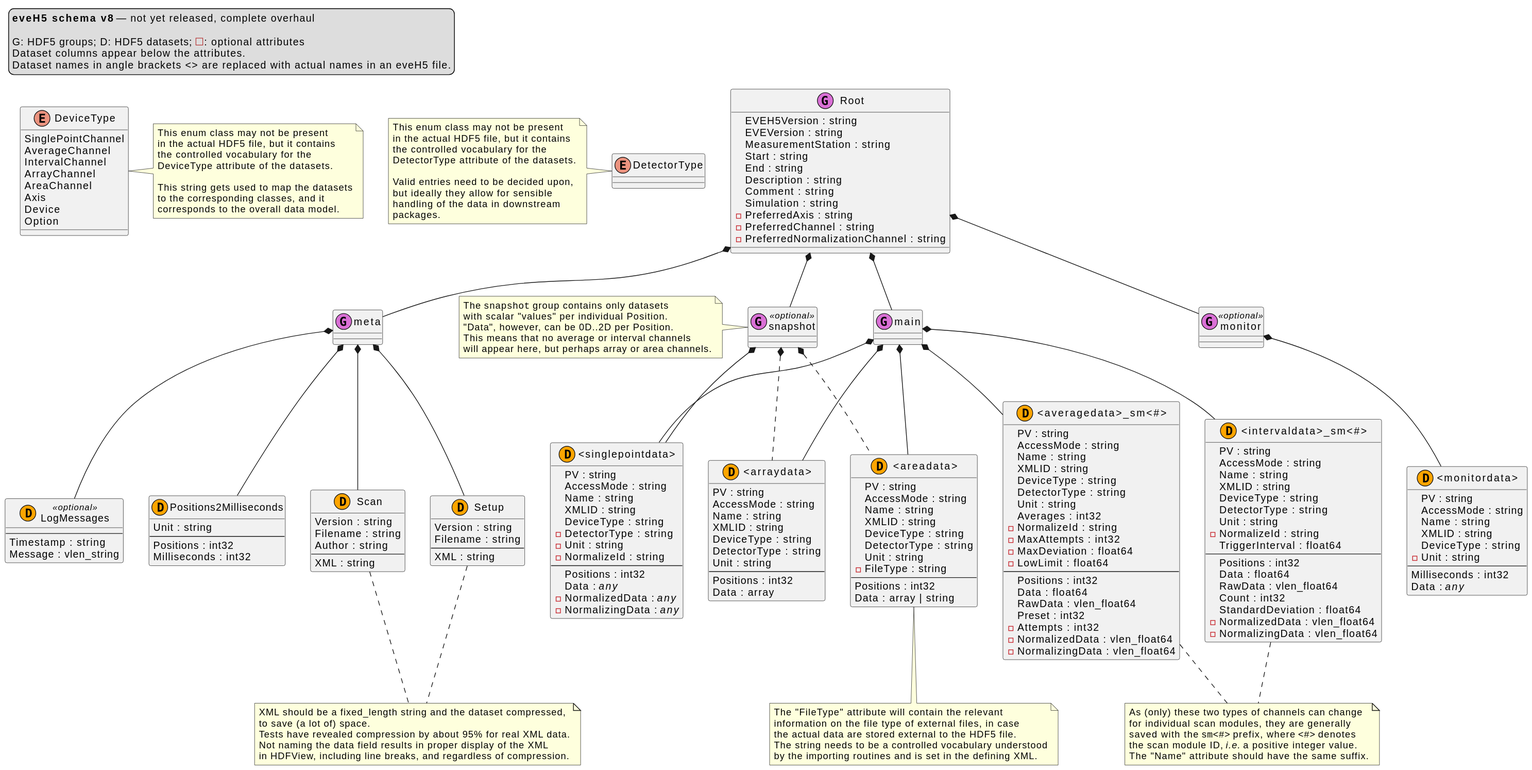
Before: docs/uml/eveh5-v8.svg, a diagram exported from PlantUML (tillbiskup/evedata). Source of this version:
```plantuml
@startuml

legend top left
    **eveH5 schema v8** <U+2014> not yet released, complete overhaul

    G: HDF5 groups; D: HDF5 datasets; <color:#firebrick><U+2610></color>: optional attributes
    Dataset columns appear below the attributes.
    Dataset names in angle brackets <> are replaced with actual names in an eveH5 file.
endlegend

class Root << (G,orchid) >> {
    EVEH5Version : string
    EVEVersion : string
    MeasurementStation : string
    Start : string
    End : string
    Description : string
    Comment : string
    Simulation : string
    - PreferredAxis : string
    - PreferredChannel : string
    - PreferredNormalizationChannel : string
}

Root *-- monitor
Root *-- main
Root *-- snapshot
Root *-- meta

enum DeviceType {
    SinglePointChannel
    AverageChannel
    IntervalChannel
    ArrayChannel
    AreaChannel
    Axis
    Device
    Option
}
note right of DeviceType
    This enum class may not be present
    in the actual HDF5 file, but it contains
    the controlled vocabulary for the
    DeviceType attribute of the datasets.

    This string gets used to map the datasets
    to the corresponding classes, and it
    corresponds to the overall data model.
endnote

enum DetectorType {
}
note left of DetectorType
    This enum class may not be present
    in the actual HDF5 file, but it contains
    the controlled vocabulary for the
    DetectorType attribute of the datasets.

    Valid entries need to be decided upon,
    but ideally they allow for sensible
    handling of the data in downstream
    packages.
endnote

class monitor << (G,orchid) >> <<optional>> {
}

monitor *-- "<monitordata>"

class main << (G,orchid) >> {}

class snapshot << (G,orchid) >> <<optional>> {}

note left of snapshot
    The ""snapshot"" group contains only datasets
    with scalar "values" per individual Position.
    "Data", however, can be 0D..2D per Position.
    This means that no average or interval channels
    will appear here, but perhaps array or area channels.
endnote

snapshot *-- "<singlepointdata>"
snapshot *.. "<arraydata>"
snapshot *.. "<areadata>"

class meta << (G,orchid) >> {}

meta *-- Positions2Milliseconds
meta *-- Scan
meta *-- Setup
meta *-- LogMessages

class "<singlepointdata>" << (D,orange) >> {
    PV : string
    AccessMode : string
    Name : string
    XMLID : string
    DeviceType : string
    - DetectorType : string
    - Unit : string
    - NormalizeId : string
    --
    Positions : int32
    Data : <i>any</i>
    - NormalizedData : <i>any</i>
    - NormalizingData : <i>any</i>
}

main *-- "<singlepointdata>"
main *-- "<averagedata>_sm<#>"
main *-- "<intervaldata>_sm<#>"
main *-- "<arraydata>"
main *-- "<areadata>"

class "<averagedata>_sm<#>" << (D,orange) >> {
    PV : string
    AccessMode : string
    Name : string
    XMLID : string
    DeviceType : string
    DetectorType : string
    Unit : string
    Averages : int32
    - NormalizeId : string
    - MaxAttempts : int32
    - MaxDeviation : float64
    - LowLimit : float64
    --
    Positions : int32
    Data : float64
    RawData : vlen_float64
    Preset : int32
    - Attempts : int32
    - NormalizedData : vlen_float64
    - NormalizingData : vlen_float64
}

class "<intervaldata>_sm<#>" << (D,orange) >> {
    PV : string
    AccessMode : string
    Name : string
    XMLID : string
    DeviceType : string
    DetectorType : string
    Unit : string
    - NormalizeId : string
    TriggerInterval : float64
    --
    Positions : int32
    Data : float64
    RawData : vlen_float64
    Count : int32
    StandardDeviation : float64
    - NormalizedData : vlen_float64
    - NormalizingData : vlen_float64
}

note as sm_channel_note
    As (only) these two types of channels can change
    for individual scan modules, they are generally
    saved with the ""sm<#>"" prefix, where ""<#>"" denotes
    the scan module ID, <i>i.e.</i> a positive integer value.
    The "Name" attribute should have the same suffix.
end note

"<intervaldata>_sm<#>" .. sm_channel_note
"<averagedata>_sm<#>" .. sm_channel_note

class "<arraydata>" << (D,orange) >> {
    PV : string
    AccessMode : string
    Name : string
    XMLID : string
    DeviceType : string
    DetectorType : string
    Unit : string
    --
    Positions : int32
    Data : array
}

class "<areadata>" << (D,orange) >> {
    PV : string
    AccessMode : string
    Name : string
    XMLID : string
    DeviceType : string
    DetectorType : string
    Unit : string
    - FileType : string
    --
    Positions : int32
    Data : array | string
}

note bottom of "<areadata>"
    The "FileType" attribute will contain the relevant
    information on the file type of external files, in case
    the actual data are stored external to the HDF5 file.
    The string needs to be a controlled vocabulary understood
    by the importing routines and is set in the defining XML.
endnote

class Setup << (D,orange) >> {
    Version : string
    Filename : string
    --
    XML : string
}

class Scan << (D,orange) >> {
    Version : string
    Filename : string
    Author : string
    --
    XML : string
}

class Positions2Milliseconds << (D,orange) >> {
    Unit : string
    --
    Positions : int32
    Milliseconds : int32
}

class LogMessages << (D,orange) >> <<optional>> {
    --
    Timestamp : string
    Message : vlen_string
}

note as SCML_note
    XML should be a fixed_length string and the dataset compressed,
    to save (a lot of) space.
    Tests have revealed compression by about 95% for real XML data.
    Not naming the data field results in proper display of the XML
    in HDFView, including line breaks, and regardless of compression.
end note

Scan .. SCML_note
Setup .. SCML_note

class "<monitordata>" << (D,orange) >> {
    PV : string
    AccessMode : string
    Name : string
    XMLID : string
    DeviceType : string
    - Unit : string
    --
    Milliseconds : int32
    Data : <i>any</i>
}
@enduml
```
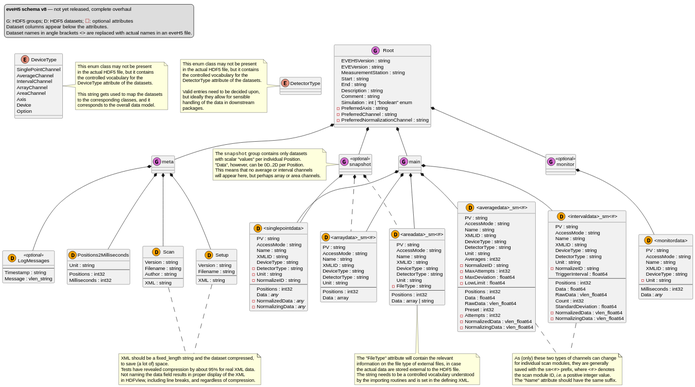
After the commit.

The edit, as a diff of the source:
```diff
@@ -16,11 +16,12 @@
     End : string
     Description : string
     Comment : string
-    Simulation : string
+    Simulation : int | "boolean" enum
     - PreferredAxis : string
     - PreferredChannel : string
     - PreferredNormalizationChannel : string
 }
+
 
 Root *-- monitor
 Root *-- main
@@ -80,8 +81,8 @@
 endnote
 
 snapshot *-- "<singlepointdata>"
-snapshot *.. "<arraydata>"
-snapshot *.. "<areadata>"
+snapshot *.. "<arraydata>_sm<#>"
+snapshot *.. "<areadata>_sm<#>"
 
 class meta << (G,orchid) >> {}
 
@@ -98,7 +99,7 @@
     DeviceType : string
     - DetectorType : string
     - Unit : string
-    - NormalizeId : string
+    - NormalizeID : string
     --
     Positions : int32
     Data : <i>any</i>
@@ -109,8 +110,8 @@
 main *-- "<singlepointdata>"
 main *-- "<averagedata>_sm<#>"
 main *-- "<intervaldata>_sm<#>"
-main *-- "<arraydata>"
-main *-- "<areadata>"
+main *-- "<arraydata>_sm<#>"
+main *-- "<areadata>_sm<#>"
 
 class "<averagedata>_sm<#>" << (D,orange) >> {
     PV : string
@@ -121,7 +122,7 @@
     DetectorType : string
     Unit : string
     Averages : int32
-    - NormalizeId : string
+    - NormalizeID : string
     - MaxAttempts : int32
     - MaxDeviation : float64
     - LowLimit : float64
@@ -143,7 +144,7 @@
     DeviceType : string
     DetectorType : string
     Unit : string
-    - NormalizeId : string
+    - NormalizeID : string
     TriggerInterval : float64
     --
     Positions : int32
@@ -166,7 +167,7 @@
 "<intervaldata>_sm<#>" .. sm_channel_note
 "<averagedata>_sm<#>" .. sm_channel_note
 
-class "<arraydata>" << (D,orange) >> {
+class "<arraydata>_sm<#>" << (D,orange) >> {
     PV : string
     AccessMode : string
     Name : string
@@ -179,7 +180,7 @@
     Data : array
 }
 
-class "<areadata>" << (D,orange) >> {
+class "<areadata>_sm<#>" << (D,orange) >> {
     PV : string
     AccessMode : string
     Name : string
@@ -193,7 +194,7 @@
     Data : array | string
 }
 
-note bottom of "<areadata>"
+note bottom of "<areadata>_sm<#>"
     The "FileType" attribute will contain the relevant
     information on the file type of external files, in case
     the actual data are stored external to the HDF5 file.
```
